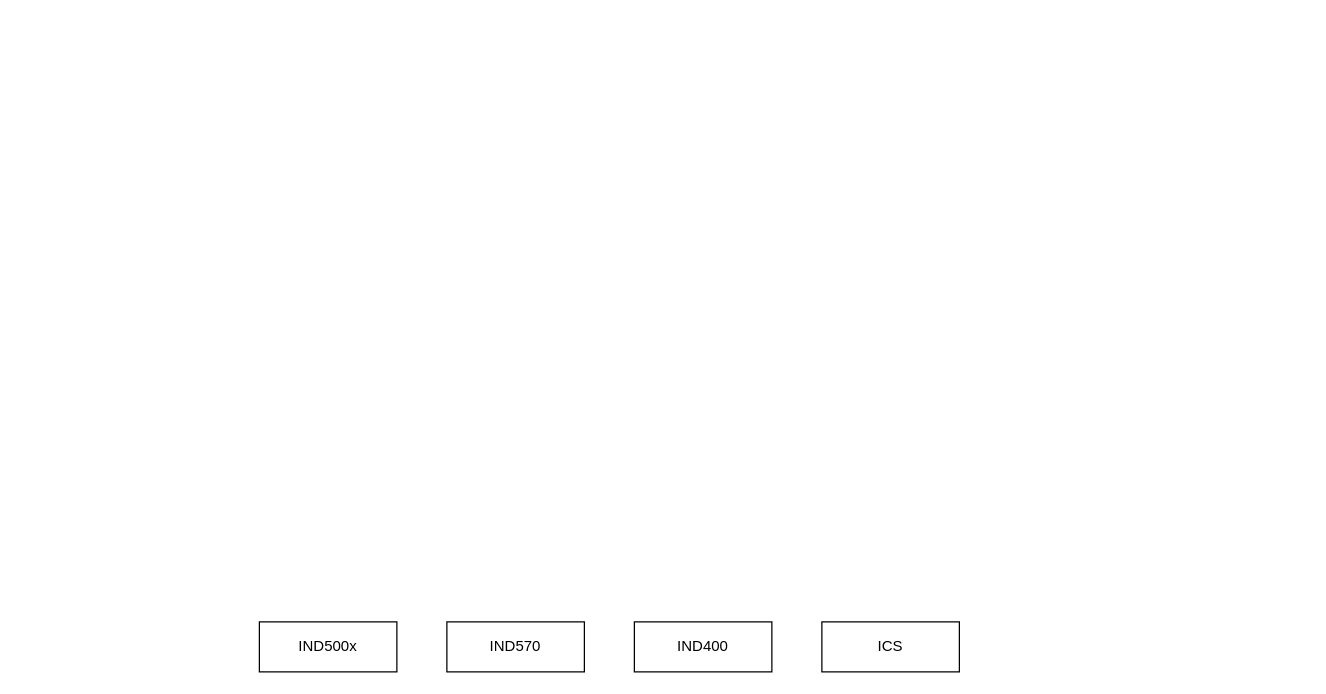
The draw.io diagram 未命名绘图.drawio in WindMoon111/hello_world, before the edit. Source tidied: cells renumbered, new cells numbered last; positions are measured from the earlier drawing's top-left corner, leaving out a move shared by most shapes. Both pictures are drawn from the tidied source at 125%, with x=0, y=0 at pixel (259, 621).
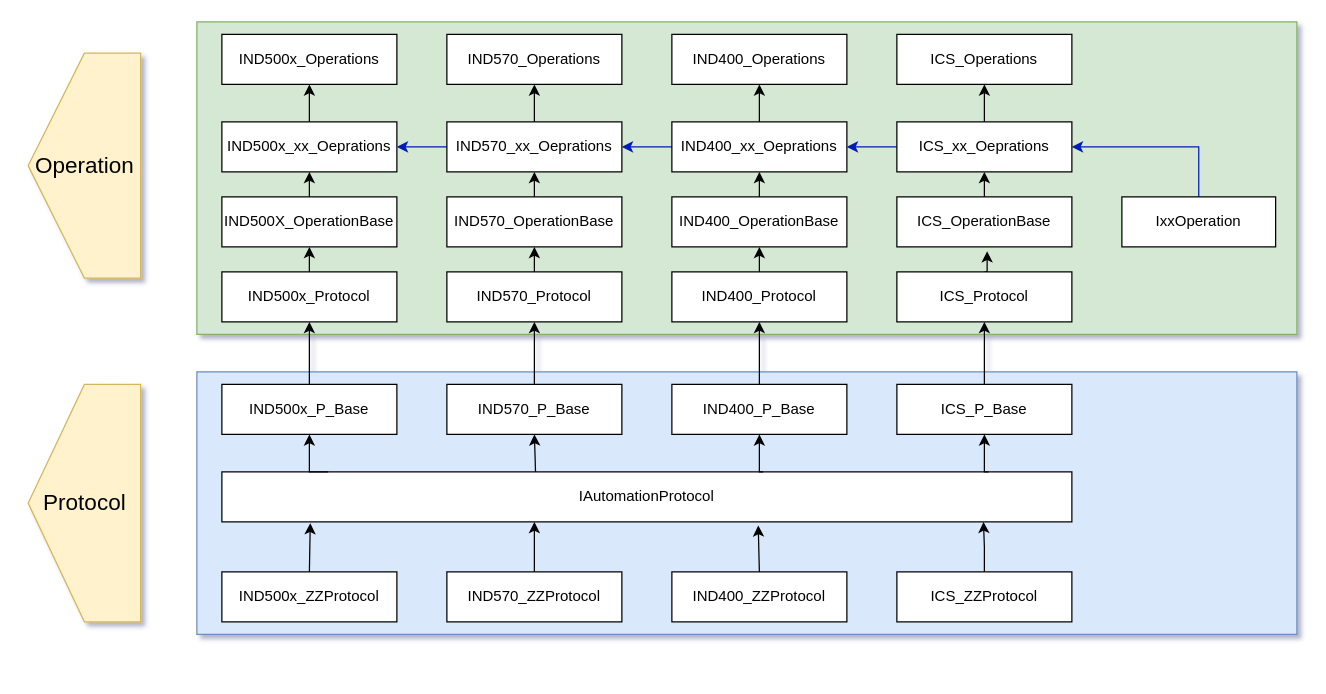
Above is the later version.

Commit message (it also covers changes not shown here):
更新未命名绘图.drawio

The edit, as a diff of the source:
```diff
@@
-<mxGraphModel>
+<mxGraphModel background="#FFFFFF" shadow="1">
@@
-    <mxCell id="2" value="IND500x" style="rounded=0;whiteSpace=wrap;html=1;" parent="1" vertex="1">
-      <mxGeometry width="110" height="40" as="geometry" />
-    </mxCell>
-    <mxCell id="3" value="IND570" style="rounded=0;whiteSpace=wrap;html=1;" parent="1" vertex="1">
-      <mxGeometry x="150" width="110" height="40" as="geometry" />
-    </mxCell>
-    <mxCell id="4" value="IND400" style="rounded=0;whiteSpace=wrap;html=1;" parent="1" vertex="1">
-      <mxGeometry x="300" width="110" height="40" as="geometry" />
-    </mxCell>
-    <mxCell id="5" value="ICS" style="rounded=0;whiteSpace=wrap;html=1;" parent="1" vertex="1">
-      <mxGeometry x="450" width="110" height="40" as="geometry" />
-    </mxCell>
+    <mxCell id="6" style="rounded=0;whiteSpace=wrap;html=1;fillColor=#dae8fc;strokeColor=#6c8ebf;" parent="1" vertex="1">
+      <mxGeometry x="-50" y="-200" width="880" height="210" as="geometry" />
+    </mxCell>
+    <mxCell id="7" style="rounded=0;whiteSpace=wrap;html=1;fillColor=#d5e8d4;strokeColor=#82b366;" parent="1" vertex="1">
+      <mxGeometry x="-50" y="-480" width="880" height="250" as="geometry" />
+    </mxCell>
+    <mxCell id="8" style="edgeStyle=orthogonalEdgeStyle;rounded=0;jettySize=auto;html=1;exitX=0.5;exitY=0;exitDx=0;exitDy=0;entryX=0.104;entryY=1.025;entryDx=0;entryDy=0;entryPerimeter=0;" parent="1" edge="1" source="9" target="16">
+      <mxGeometry relative="1" as="geometry" />
+    </mxCell>
+    <mxCell id="9" value="IND500x_ZZProtocol" style="rounded=0;whiteSpace=wrap;html=1;" parent="1" vertex="1">
+      <mxGeometry x="-30" y="-40" width="140" height="40" as="geometry" />
+    </mxCell>
+    <mxCell id="10" style="edgeStyle=orthogonalEdgeStyle;rounded=0;orthogonalLoop=1;jettySize=auto;html=1;" parent="1" edge="1">
+      <mxGeometry relative="1" as="geometry">
+        <mxPoint x="220" y="-30" as="sourcePoint" />
+        <mxPoint x="220" y="-80" as="targetPoint" />
+      </mxGeometry>
+    </mxCell>
+    <mxCell id="11" value="IND570_ZZProtocol" style="rounded=0;whiteSpace=wrap;html=1;" parent="1" vertex="1">
+      <mxGeometry x="150" y="-40" width="140" height="40" as="geometry" />
+    </mxCell>
+    <mxCell id="12" style="edgeStyle=orthogonalEdgeStyle;rounded=0;jettySize=auto;html=1;exitX=0.5;exitY=0;exitDx=0;exitDy=0;entryX=0.631;entryY=1.071;entryDx=0;entryDy=0;entryPerimeter=0;" parent="1" edge="1" source="13" target="16">
+      <mxGeometry relative="1" as="geometry" />
+    </mxCell>
+    <mxCell id="13" value="IND400_ZZProtocol" style="rounded=0;whiteSpace=wrap;html=1;" parent="1" vertex="1">
+      <mxGeometry x="330" y="-40" width="140" height="40" as="geometry" />
+    </mxCell>
+    <mxCell id="14" style="edgeStyle=orthogonalEdgeStyle;rounded=0;jettySize=auto;html=1;exitX=0.5;exitY=0;exitDx=0;exitDy=0;entryX=0.896;entryY=1;entryDx=0;entryDy=0;entryPerimeter=0;" parent="1" edge="1" source="15" target="16">
+      <mxGeometry relative="1" as="geometry" />
+    </mxCell>
+    <mxCell id="15" value="ICS_ZZProtocol" style="rounded=0;whiteSpace=wrap;html=1;" parent="1" vertex="1">
+      <mxGeometry x="510" y="-40" width="140" height="40" as="geometry" />
+    </mxCell>
+    <mxCell id="16" value="IAutomationProtocol" style="rounded=0;whiteSpace=wrap;html=1;" parent="1" vertex="1">
+      <mxGeometry x="-30" y="-120" width="680" height="40" as="geometry" />
+    </mxCell>
+    <mxCell id="17" style="edgeStyle=orthogonalEdgeStyle;rounded=0;jettySize=auto;html=1;entryX=0.5;entryY=1;entryDx=0;entryDy=0;" parent="1" edge="1" target="19">
+      <mxGeometry relative="1" as="geometry">
+        <mxPoint x="55" y="-120" as="sourcePoint" />
+      </mxGeometry>
+    </mxCell>
+    <mxCell id="18" style="edgeStyle=orthogonalEdgeStyle;rounded=0;jettySize=auto;html=1;entryX=0.5;entryY=1;entryDx=0;entryDy=0;" parent="1" edge="1" source="19" target="30">
+      <mxGeometry relative="1" as="geometry" />
+    </mxCell>
+    <mxCell id="19" value="IND500x_P_Base" style="rounded=0;whiteSpace=wrap;html=1;" parent="1" vertex="1">
+      <mxGeometry x="-30" y="-190" width="140" height="40" as="geometry" />
+    </mxCell>
+    <mxCell id="20" style="edgeStyle=orthogonalEdgeStyle;rounded=0;jettySize=auto;html=1;exitX=0.369;exitY=-0.003;exitDx=0;exitDy=0;entryX=0.5;entryY=1;entryDx=0;entryDy=0;exitPerimeter=0;" parent="1" edge="1" source="16" target="22">
+      <mxGeometry relative="1" as="geometry" />
+    </mxCell>
+    <mxCell id="21" style="edgeStyle=orthogonalEdgeStyle;rounded=0;jettySize=auto;html=1;exitX=0.5;exitY=0;exitDx=0;exitDy=0;entryX=0.5;entryY=1;entryDx=0;entryDy=0;" parent="1" edge="1" source="22" target="32">
+      <mxGeometry relative="1" as="geometry" />
+    </mxCell>
+    <mxCell id="22" value="IND570_P_Base" style="rounded=0;whiteSpace=wrap;html=1;" parent="1" vertex="1">
+      <mxGeometry x="150" y="-190" width="140" height="40" as="geometry" />
+    </mxCell>
+    <mxCell id="23" style="edgeStyle=orthogonalEdgeStyle;rounded=0;jettySize=auto;html=1;exitX=0.5;exitY=0;exitDx=0;exitDy=0;entryX=0.5;entryY=1;entryDx=0;entryDy=0;" parent="1" edge="1" source="25" target="34">
+      <mxGeometry relative="1" as="geometry" />
+    </mxCell>
+    <mxCell id="24" style="edgeStyle=orthogonalEdgeStyle;rounded=0;jettySize=auto;html=1;entryX=0.5;entryY=1;entryDx=0;entryDy=0;" parent="1" edge="1" target="25">
+      <mxGeometry relative="1" as="geometry">
+        <mxPoint x="400" y="-120" as="sourcePoint" />
+        <Array as="points">
+          <mxPoint x="403" y="-120" />
+          <mxPoint x="400" y="-120" />
+        </Array>
+      </mxGeometry>
+    </mxCell>
+    <mxCell id="25" value="IND400_P_Base" style="rounded=0;whiteSpace=wrap;html=1;" parent="1" vertex="1">
+      <mxGeometry x="330" y="-190" width="140" height="40" as="geometry" />
+    </mxCell>
+    <mxCell id="26" style="edgeStyle=orthogonalEdgeStyle;rounded=0;jettySize=auto;html=1;exitX=0.902;exitY=0;exitDx=0;exitDy=0;entryX=0.5;entryY=1;entryDx=0;entryDy=0;exitPerimeter=0;" parent="1" edge="1" source="16" target="28">
+      <mxGeometry relative="1" as="geometry" />
+    </mxCell>
+    <mxCell id="27" style="edgeStyle=orthogonalEdgeStyle;rounded=0;jettySize=auto;html=1;exitX=0.5;exitY=0;exitDx=0;exitDy=0;entryX=0.5;entryY=1;entryDx=0;entryDy=0;" parent="1" edge="1" source="28" target="36">
+      <mxGeometry relative="1" as="geometry" />
+    </mxCell>
+    <mxCell id="28" value="ICS_P_Base" style="rounded=0;whiteSpace=wrap;html=1;" parent="1" vertex="1">
+      <mxGeometry x="510" y="-190" width="140" height="40" as="geometry" />
+    </mxCell>
+    <mxCell id="29" style="edgeStyle=orthogonalEdgeStyle;rounded=0;jettySize=auto;html=1;exitX=0.5;exitY=0;exitDx=0;exitDy=0;entryX=0.5;entryY=1;entryDx=0;entryDy=0;" parent="1" edge="1" source="30" target="38">
+      <mxGeometry relative="1" as="geometry" />
+    </mxCell>
+    <mxCell id="30" value="IND500x_Protocol" style="rounded=0;whiteSpace=wrap;html=1;" parent="1" vertex="1">
+      <mxGeometry x="-30" y="-280" width="140" height="40" as="geometry" />
+    </mxCell>
+    <mxCell id="31" style="edgeStyle=orthogonalEdgeStyle;rounded=0;jettySize=auto;html=1;exitX=0.5;exitY=0;exitDx=0;exitDy=0;entryX=0.5;entryY=1;entryDx=0;entryDy=0;" parent="1" edge="1" source="32" target="40">
+      <mxGeometry relative="1" as="geometry" />
+    </mxCell>
+    <mxCell id="32" value="IND570_Protocol" style="rounded=0;whiteSpace=wrap;html=1;" parent="1" vertex="1">
+      <mxGeometry x="150" y="-280" width="140" height="40" as="geometry" />
+    </mxCell>
+    <mxCell id="33" style="edgeStyle=orthogonalEdgeStyle;rounded=0;jettySize=auto;html=1;exitX=0.5;exitY=0;exitDx=0;exitDy=0;entryX=0.5;entryY=1;entryDx=0;entryDy=0;" parent="1" edge="1" source="34" target="42">
+      <mxGeometry relative="1" as="geometry" />
+    </mxCell>
+    <mxCell id="34" value="IND400_Protocol" style="rounded=0;whiteSpace=wrap;html=1;" parent="1" vertex="1">
+      <mxGeometry x="330" y="-280" width="140" height="40" as="geometry" />
+    </mxCell>
+    <mxCell id="35" style="edgeStyle=orthogonalEdgeStyle;rounded=0;jettySize=auto;html=1;exitX=0.5;exitY=0;exitDx=0;exitDy=0;entryX=0.516;entryY=1.088;entryDx=0;entryDy=0;entryPerimeter=0;" parent="1" edge="1" source="36" target="44">
+      <mxGeometry relative="1" as="geometry" />
+    </mxCell>
+    <mxCell id="36" value="ICS_Protocol" style="rounded=0;whiteSpace=wrap;html=1;" parent="1" vertex="1">
+      <mxGeometry x="510" y="-280" width="140" height="40" as="geometry" />
+    </mxCell>
+    <mxCell id="37" style="edgeStyle=orthogonalEdgeStyle;rounded=0;jettySize=auto;html=1;exitX=0.5;exitY=0;exitDx=0;exitDy=0;entryX=0.5;entryY=1;entryDx=0;entryDy=0;" parent="1" edge="1" source="38" target="48">
+      <mxGeometry relative="1" as="geometry" />
+    </mxCell>
+    <mxCell id="38" value="IND500X_OperationBase" style="rounded=0;whiteSpace=wrap;html=1;" parent="1" vertex="1">
+      <mxGeometry x="-30" y="-340" width="140" height="40" as="geometry" />
+    </mxCell>
+    <mxCell id="39" style="edgeStyle=orthogonalEdgeStyle;rounded=0;jettySize=auto;html=1;exitX=0.5;exitY=0;exitDx=0;exitDy=0;entryX=0.5;entryY=1;entryDx=0;entryDy=0;" parent="1" edge="1" source="40" target="51">
+      <mxGeometry relative="1" as="geometry" />
+    </mxCell>
+    <mxCell id="40" value="IND570_OperationBase" style="rounded=0;whiteSpace=wrap;html=1;" parent="1" vertex="1">
+      <mxGeometry x="150" y="-340" width="140" height="40" as="geometry" />
+    </mxCell>
+    <mxCell id="41" style="edgeStyle=orthogonalEdgeStyle;rounded=0;jettySize=auto;html=1;exitX=0.5;exitY=0;exitDx=0;exitDy=0;entryX=0.5;entryY=1;entryDx=0;entryDy=0;" parent="1" edge="1" source="42" target="54">
+      <mxGeometry relative="1" as="geometry" />
+    </mxCell>
+    <mxCell id="42" value="IND400_OperationBase" style="rounded=0;whiteSpace=wrap;html=1;" parent="1" vertex="1">
+      <mxGeometry x="330" y="-340" width="140" height="40" as="geometry" />
+    </mxCell>
+    <mxCell id="43" style="edgeStyle=orthogonalEdgeStyle;rounded=0;jettySize=auto;html=1;exitX=0.5;exitY=0;exitDx=0;exitDy=0;entryX=0.5;entryY=1;entryDx=0;entryDy=0;" parent="1" edge="1" source="44" target="57">
+      <mxGeometry relative="1" as="geometry" />
+    </mxCell>
+    <mxCell id="44" value="ICS_OperationBase" style="rounded=0;whiteSpace=wrap;html=1;" parent="1" vertex="1">
+      <mxGeometry x="510" y="-340" width="140" height="40" as="geometry" />
+    </mxCell>
+    <mxCell id="45" style="edgeStyle=orthogonalEdgeStyle;rounded=0;jettySize=auto;html=1;exitX=0.5;exitY=0;exitDx=0;exitDy=0;entryX=1;entryY=0.5;entryDx=0;entryDy=0;fillColor=#0050ef;strokeColor=#001DBC;" parent="1" edge="1" source="46" target="57">
+      <mxGeometry relative="1" as="geometry" />
+    </mxCell>
+    <mxCell id="46" value="IxxOperation" style="rounded=0;whiteSpace=wrap;html=1;" parent="1" vertex="1">
+      <mxGeometry x="690" y="-340" width="123" height="40" as="geometry" />
+    </mxCell>
+    <mxCell id="47" style="edgeStyle=orthogonalEdgeStyle;rounded=0;jettySize=auto;html=1;fontSize=18;" parent="1" edge="1" source="48" target="60">
+      <mxGeometry relative="1" as="geometry" />
+    </mxCell>
+    <mxCell id="48" value="IND500x_xx_Oeprations" style="rounded=0;whiteSpace=wrap;html=1;" parent="1" vertex="1">
+      <mxGeometry x="-30" y="-400" width="140" height="40" as="geometry" />
+    </mxCell>
+    <mxCell id="49" style="edgeStyle=orthogonalEdgeStyle;rounded=0;jettySize=auto;html=1;fillColor=#0050ef;strokeColor=#001DBC;" parent="1" edge="1" source="51" target="48">
+      <mxGeometry relative="1" as="geometry" />
+    </mxCell>
+    <mxCell id="50" style="edgeStyle=orthogonalEdgeStyle;rounded=0;jettySize=auto;html=1;fontSize=18;" parent="1" edge="1" source="51" target="61">
+      <mxGeometry relative="1" as="geometry" />
+    </mxCell>
+    <mxCell id="51" value="IND570_xx_Oeprations" style="rounded=0;whiteSpace=wrap;html=1;" parent="1" vertex="1">
+      <mxGeometry x="150" y="-400" width="140" height="40" as="geometry" />
+    </mxCell>
+    <mxCell id="52" style="edgeStyle=orthogonalEdgeStyle;rounded=0;jettySize=auto;html=1;fillColor=#0050ef;strokeColor=#001DBC;" parent="1" edge="1" source="54" target="51">
+      <mxGeometry relative="1" as="geometry" />
+    </mxCell>
+    <mxCell id="53" style="edgeStyle=orthogonalEdgeStyle;rounded=0;jettySize=auto;html=1;fontSize=18;" parent="1" edge="1" source="54" target="59">
+      <mxGeometry relative="1" as="geometry" />
+    </mxCell>
+    <mxCell id="54" value="IND400_xx_Oeprations" style="rounded=0;whiteSpace=wrap;html=1;" parent="1" vertex="1">
+      <mxGeometry x="330" y="-400" width="140" height="40" as="geometry" />
+    </mxCell>
+    <mxCell id="55" style="edgeStyle=orthogonalEdgeStyle;rounded=0;jettySize=auto;html=1;fillColor=#0050ef;strokeColor=#001DBC;" parent="1" edge="1" source="57" target="54">
+      <mxGeometry relative="1" as="geometry" />
+    </mxCell>
+    <mxCell id="56" style="edgeStyle=orthogonalEdgeStyle;rounded=0;jettySize=auto;html=1;fontSize=18;" parent="1" edge="1" source="57" target="58">
+      <mxGeometry relative="1" as="geometry" />
+    </mxCell>
+    <mxCell id="57" value="ICS_xx_Oeprations" style="rounded=0;whiteSpace=wrap;html=1;" parent="1" vertex="1">
+      <mxGeometry x="510" y="-400" width="140" height="40" as="geometry" />
+    </mxCell>
+    <mxCell id="58" value="ICS_Operations" style="rounded=0;whiteSpace=wrap;html=1;" parent="1" vertex="1">
+      <mxGeometry x="510" y="-470" width="140" height="40" as="geometry" />
+    </mxCell>
+    <mxCell id="59" value="IND400_Operations" style="rounded=0;whiteSpace=wrap;html=1;" parent="1" vertex="1">
+      <mxGeometry x="330" y="-470" width="140" height="40" as="geometry" />
+    </mxCell>
+    <mxCell id="60" value="IND500x_Operations" style="rounded=0;whiteSpace=wrap;html=1;" parent="1" vertex="1">
+      <mxGeometry x="-30" y="-470" width="140" height="40" as="geometry" />
+    </mxCell>
+    <mxCell id="61" value="IND570_Operations" style="rounded=0;whiteSpace=wrap;html=1;" parent="1" vertex="1">
+      <mxGeometry x="150" y="-470" width="140" height="40" as="geometry" />
+    </mxCell>
+    <mxCell id="62" style="verticalLabelPosition=bottom;verticalAlign=top;html=1;shape=offPageConnector;rounded=0;size=0.5;direction=south;fillColor=#fff2cc;strokeColor=#d6b656;" parent="1" vertex="1">
+      <mxGeometry x="-185" y="-190" width="90" height="190" as="geometry" />
+    </mxCell>
+    <mxCell id="63" value="&lt;font style=&quot;font-size: 18px;&quot;&gt;Protocol&lt;/font&gt;" style="text;html=1;align=center;verticalAlign=middle;strokeColor=none;fillColor=none;" parent="1" vertex="1">
+      <mxGeometry x="-185" y="-115" width="90" height="40" as="geometry" />
+    </mxCell>
+    <mxCell id="64" style="verticalLabelPosition=bottom;verticalAlign=top;html=1;shape=offPageConnector;rounded=0;size=0.5;fontSize=20;direction=south;fillColor=#fff2cc;strokeColor=#d6b656;" parent="1" vertex="1">
+      <mxGeometry x="-185" y="-455" width="90" height="180" as="geometry" />
+    </mxCell>
+    <mxCell id="65" value="&lt;font style=&quot;font-size: 18px;&quot;&gt;Operation&lt;/font&gt;" style="text;html=1;align=center;verticalAlign=middle;strokeColor=none;fillColor=none;" parent="1" vertex="1">
+      <mxGeometry x="-190" y="-385" width="100" height="40" as="geometry" />
+    </mxCell>
```
